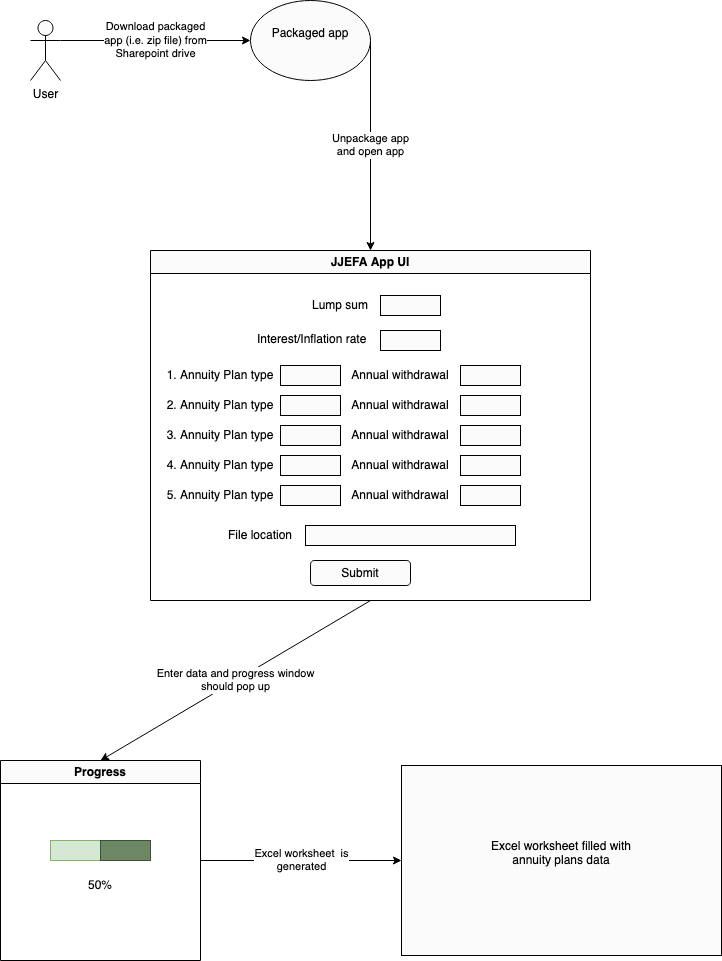
Earlier version of the draw.io export user_flow_diagram.png (phillip1618/excel_finance_development). Source tidied: cells renumbered, new cells last; positions are measured from the earlier drawing's top-left corner, leaving out a move shared by most shapes.
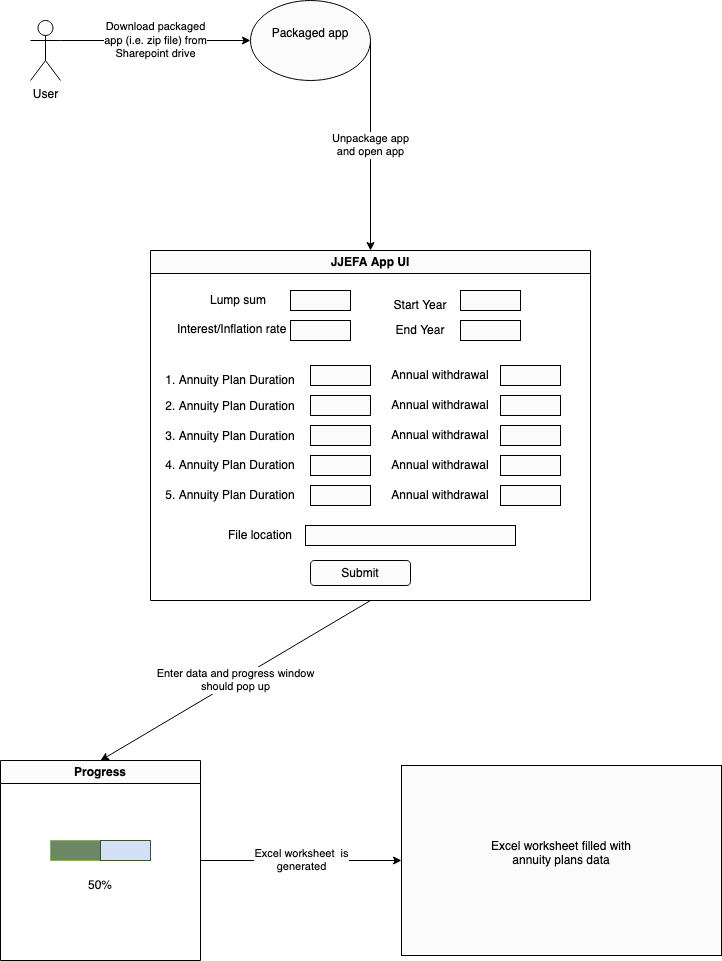
Later version of the same file.

Commit message:
new user flow diagram

Diff of the diagram source:
```diff
@@ -18,76 +18,64 @@
       <mxGeometry x="150" y="250" width="440" height="350" as="geometry" />
     </mxCell>
     <mxCell id="7" value="Lump sum" style="text;html=1;strokeColor=none;fillColor=none;align=center;verticalAlign=middle;whiteSpace=wrap;rounded=0;" parent="6" vertex="1">
-      <mxGeometry x="160" y="40" width="60" height="30" as="geometry" />
+      <mxGeometry x="57.5" y="35" width="60" height="30" as="geometry" />
     </mxCell>
     <mxCell id="8" style="rounded=0;whiteSpace=wrap;html=1;" parent="6" vertex="1">
-      <mxGeometry x="230" y="45" width="60" height="20" as="geometry" />
+      <mxGeometry x="140" y="40" width="60" height="20" as="geometry" />
     </mxCell>
     <mxCell id="9" value="Interest/Inflation rate" style="text;whiteSpace=wrap;html=1;" parent="6" vertex="1">
-      <mxGeometry x="105" y="75" width="115" height="30" as="geometry" />
+      <mxGeometry x="25" y="65" width="115" height="30" as="geometry" />
     </mxCell>
     <mxCell id="10" style="rounded=0;whiteSpace=wrap;html=1;" parent="6" vertex="1">
-      <mxGeometry x="230" y="80" width="60" height="20" as="geometry" />
+      <mxGeometry x="140" y="70" width="60" height="20" as="geometry" />
     </mxCell>
-    <mxCell id="11" value="1. Annuity Plan type" style="text;html=1;strokeColor=none;fillColor=none;align=center;verticalAlign=middle;whiteSpace=wrap;rounded=0;" parent="6" vertex="1">
-      <mxGeometry x="10" y="110" width="120" height="30" as="geometry" />
+    <mxCell id="11" value="1. Annuity Plan Duration" style="text;html=1;strokeColor=none;fillColor=none;align=center;verticalAlign=middle;whiteSpace=wrap;rounded=0;" parent="6" vertex="1">
+      <mxGeometry x="5" y="115" width="150" height="30" as="geometry" />
     </mxCell>
     <mxCell id="12" style="rounded=0;whiteSpace=wrap;html=1;" parent="6" vertex="1">
-      <mxGeometry x="130" y="115" width="60" height="20" as="geometry" />
+      <mxGeometry x="160" y="115" width="60" height="20" as="geometry" />
     </mxCell>
     <mxCell id="13" value="Annual withdrawal" style="text;html=1;strokeColor=none;fillColor=none;align=center;verticalAlign=middle;whiteSpace=wrap;rounded=0;" parent="6" vertex="1">
-      <mxGeometry x="200" y="110" width="100" height="30" as="geometry" />
+      <mxGeometry x="240" y="110" width="100" height="30" as="geometry" />
     </mxCell>
     <mxCell id="14" style="rounded=0;whiteSpace=wrap;html=1;" parent="6" vertex="1">
-      <mxGeometry x="310" y="115" width="60" height="20" as="geometry" />
+      <mxGeometry x="350" y="115" width="60" height="20" as="geometry" />
     </mxCell>
-    <mxCell id="15" value="2. Annuity Plan type" style="text;html=1;strokeColor=none;fillColor=none;align=center;verticalAlign=middle;whiteSpace=wrap;rounded=0;" parent="6" vertex="1">
-      <mxGeometry x="10" y="140" width="120" height="30" as="geometry" />
-    </mxCell>
     <mxCell id="16" style="rounded=0;whiteSpace=wrap;html=1;" parent="6" vertex="1">
-      <mxGeometry x="130" y="145" width="60" height="20" as="geometry" />
+      <mxGeometry x="160" y="145" width="60" height="20" as="geometry" />
     </mxCell>
     <mxCell id="17" value="Annual withdrawal" style="text;html=1;strokeColor=none;fillColor=none;align=center;verticalAlign=middle;whiteSpace=wrap;rounded=0;" parent="6" vertex="1">
-      <mxGeometry x="200" y="140" width="100" height="30" as="geometry" />
+      <mxGeometry x="240" y="140" width="100" height="30" as="geometry" />
     </mxCell>
     <mxCell id="18" style="rounded=0;whiteSpace=wrap;html=1;" parent="6" vertex="1">
-      <mxGeometry x="310" y="145" width="60" height="20" as="geometry" />
+      <mxGeometry x="350" y="145" width="60" height="20" as="geometry" />
     </mxCell>
-    <mxCell id="19" value="3. Annuity Plan type" style="text;html=1;strokeColor=none;fillColor=none;align=center;verticalAlign=middle;whiteSpace=wrap;rounded=0;" parent="6" vertex="1">
-      <mxGeometry x="10" y="170" width="120" height="30" as="geometry" />
-    </mxCell>
     <mxCell id="20" style="rounded=0;whiteSpace=wrap;html=1;" parent="6" vertex="1">
-      <mxGeometry x="130" y="175" width="60" height="20" as="geometry" />
+      <mxGeometry x="160" y="175" width="60" height="20" as="geometry" />
     </mxCell>
     <mxCell id="21" value="Annual withdrawal" style="text;html=1;strokeColor=none;fillColor=none;align=center;verticalAlign=middle;whiteSpace=wrap;rounded=0;" parent="6" vertex="1">
-      <mxGeometry x="200" y="170" width="100" height="30" as="geometry" />
+      <mxGeometry x="240" y="170" width="100" height="30" as="geometry" />
     </mxCell>
     <mxCell id="22" style="rounded=0;whiteSpace=wrap;html=1;" parent="6" vertex="1">
-      <mxGeometry x="310" y="175" width="60" height="20" as="geometry" />
+      <mxGeometry x="350" y="175" width="60" height="20" as="geometry" />
     </mxCell>
-    <mxCell id="23" value="4. Annuity Plan type" style="text;html=1;strokeColor=none;fillColor=none;align=center;verticalAlign=middle;whiteSpace=wrap;rounded=0;" parent="6" vertex="1">
-      <mxGeometry x="10" y="200" width="120" height="30" as="geometry" />
-    </mxCell>
     <mxCell id="24" style="rounded=0;whiteSpace=wrap;html=1;" parent="6" vertex="1">
-      <mxGeometry x="130" y="205" width="60" height="20" as="geometry" />
+      <mxGeometry x="160" y="205" width="60" height="20" as="geometry" />
     </mxCell>
     <mxCell id="25" value="Annual withdrawal" style="text;html=1;strokeColor=none;fillColor=none;align=center;verticalAlign=middle;whiteSpace=wrap;rounded=0;" parent="6" vertex="1">
-      <mxGeometry x="200" y="200" width="100" height="30" as="geometry" />
+      <mxGeometry x="240" y="200" width="100" height="30" as="geometry" />
     </mxCell>
     <mxCell id="26" style="rounded=0;whiteSpace=wrap;html=1;" parent="6" vertex="1">
-      <mxGeometry x="310" y="205" width="60" height="20" as="geometry" />
+      <mxGeometry x="350" y="205" width="60" height="20" as="geometry" />
     </mxCell>
-    <mxCell id="27" value="5. Annuity Plan type" style="text;html=1;strokeColor=none;fillColor=none;align=center;verticalAlign=middle;whiteSpace=wrap;rounded=0;" parent="6" vertex="1">
-      <mxGeometry x="10" y="230" width="120" height="30" as="geometry" />
-    </mxCell>
     <mxCell id="28" style="rounded=0;whiteSpace=wrap;html=1;" parent="6" vertex="1">
-      <mxGeometry x="130" y="235" width="60" height="20" as="geometry" />
+      <mxGeometry x="160" y="235" width="60" height="20" as="geometry" />
     </mxCell>
     <mxCell id="29" value="Annual withdrawal" style="text;html=1;strokeColor=none;fillColor=none;align=center;verticalAlign=middle;whiteSpace=wrap;rounded=0;" parent="6" vertex="1">
-      <mxGeometry x="200" y="230" width="100" height="30" as="geometry" />
+      <mxGeometry x="240" y="230" width="100" height="30" as="geometry" />
     </mxCell>
     <mxCell id="30" style="rounded=0;whiteSpace=wrap;html=1;" parent="6" vertex="1">
-      <mxGeometry x="310" y="235" width="60" height="20" as="geometry" />
+      <mxGeometry x="350" y="235" width="60" height="20" as="geometry" />
     </mxCell>
     <mxCell id="31" value="Submit" style="rounded=1;whiteSpace=wrap;html=1;" parent="6" vertex="1">
       <mxGeometry x="160" y="310" width="100" height="25" as="geometry" />
@@ -98,6 +86,30 @@
     <mxCell id="33" style="rounded=0;whiteSpace=wrap;html=1;" parent="6" vertex="1">
       <mxGeometry x="155" y="275" width="210" height="20" as="geometry" />
     </mxCell>
+    <mxCell id="42" value="Start Year" style="text;html=1;strokeColor=none;fillColor=none;align=center;verticalAlign=middle;whiteSpace=wrap;rounded=0;" parent="6" vertex="1">
+      <mxGeometry x="240" y="40" width="60" height="30" as="geometry" />
+    </mxCell>
+    <mxCell id="43" style="rounded=0;whiteSpace=wrap;html=1;" parent="6" vertex="1">
+      <mxGeometry x="310" y="40" width="60" height="20" as="geometry" />
+    </mxCell>
+    <mxCell id="44" value="End Year" style="text;html=1;strokeColor=none;fillColor=none;align=center;verticalAlign=middle;whiteSpace=wrap;rounded=0;" parent="6" vertex="1">
+      <mxGeometry x="240" y="65" width="60" height="30" as="geometry" />
+    </mxCell>
+    <mxCell id="45" style="rounded=0;whiteSpace=wrap;html=1;" parent="6" vertex="1">
+      <mxGeometry x="310" y="70" width="60" height="20" as="geometry" />
+    </mxCell>
+    <mxCell id="46" value="2. Annuity Plan Duration" style="text;html=1;strokeColor=none;fillColor=none;align=center;verticalAlign=middle;whiteSpace=wrap;rounded=0;" parent="6" vertex="1">
+      <mxGeometry x="5" y="141" width="150" height="30" as="geometry" />
+    </mxCell>
+    <mxCell id="47" value="3. Annuity Plan Duration" style="text;html=1;strokeColor=none;fillColor=none;align=center;verticalAlign=middle;whiteSpace=wrap;rounded=0;" parent="6" vertex="1">
+      <mxGeometry x="5" y="171" width="150" height="30" as="geometry" />
+    </mxCell>
+    <mxCell id="48" value="4. Annuity Plan Duration" style="text;html=1;strokeColor=none;fillColor=none;align=center;verticalAlign=middle;whiteSpace=wrap;rounded=0;" parent="6" vertex="1">
+      <mxGeometry x="5" y="200" width="150" height="30" as="geometry" />
+    </mxCell>
+    <mxCell id="49" value="5. Annuity Plan Duration" style="text;html=1;strokeColor=none;fillColor=none;align=center;verticalAlign=middle;whiteSpace=wrap;rounded=0;" parent="6" vertex="1">
+      <mxGeometry x="5" y="230" width="150" height="30" as="geometry" />
+    </mxCell>
     <mxCell id="34" value="&lt;div&gt;Enter data and progress window&lt;/div&gt;&lt;div&gt;should pop up&lt;br&gt;&lt;/div&gt;" style="endArrow=classic;html=1;rounded=0;exitX=0.5;exitY=1;exitDx=0;exitDy=0;entryX=0.5;entryY=0;entryDx=0;entryDy=0;" parent="1" edge="1" source="6" target="35">
       <mxGeometry relative="1" as="geometry" />
     </mxCell>
@@ -107,10 +119,10 @@
     <mxCell id="36" style="group;" parent="35" vertex="1">
       <mxGeometry x="50" y="80" width="100" height="20" as="geometry" />
     </mxCell>
-    <mxCell id="37" style="rounded=0;whiteSpace=wrap;html=1;fillColor=#d5e8d4;strokeColor=#82b366;" parent="36" vertex="1">
+    <mxCell id="37" style="rounded=0;whiteSpace=wrap;html=1;fillColor=#6D8764;strokeColor=#82b366;" parent="36" vertex="1">
       <mxGeometry width="50" height="20" as="geometry" />
     </mxCell>
-    <mxCell id="38" style="rounded=0;whiteSpace=wrap;html=1;fillColor=#6d8764;fontColor=#ffffff;strokeColor=#3A5431;" parent="36" vertex="1">
+    <mxCell id="38" style="rounded=0;whiteSpace=wrap;html=1;fillColor=#D4E1F5;fontColor=#ffffff;strokeColor=#3A5431;" parent="36" vertex="1">
       <mxGeometry x="50" width="50" height="20" as="geometry" />
     </mxCell>
     <mxCell id="39" value="50%" style="text;html=1;strokeColor=none;fillColor=none;align=center;verticalAlign=middle;whiteSpace=wrap;rounded=0;" parent="35" vertex="1">
```
